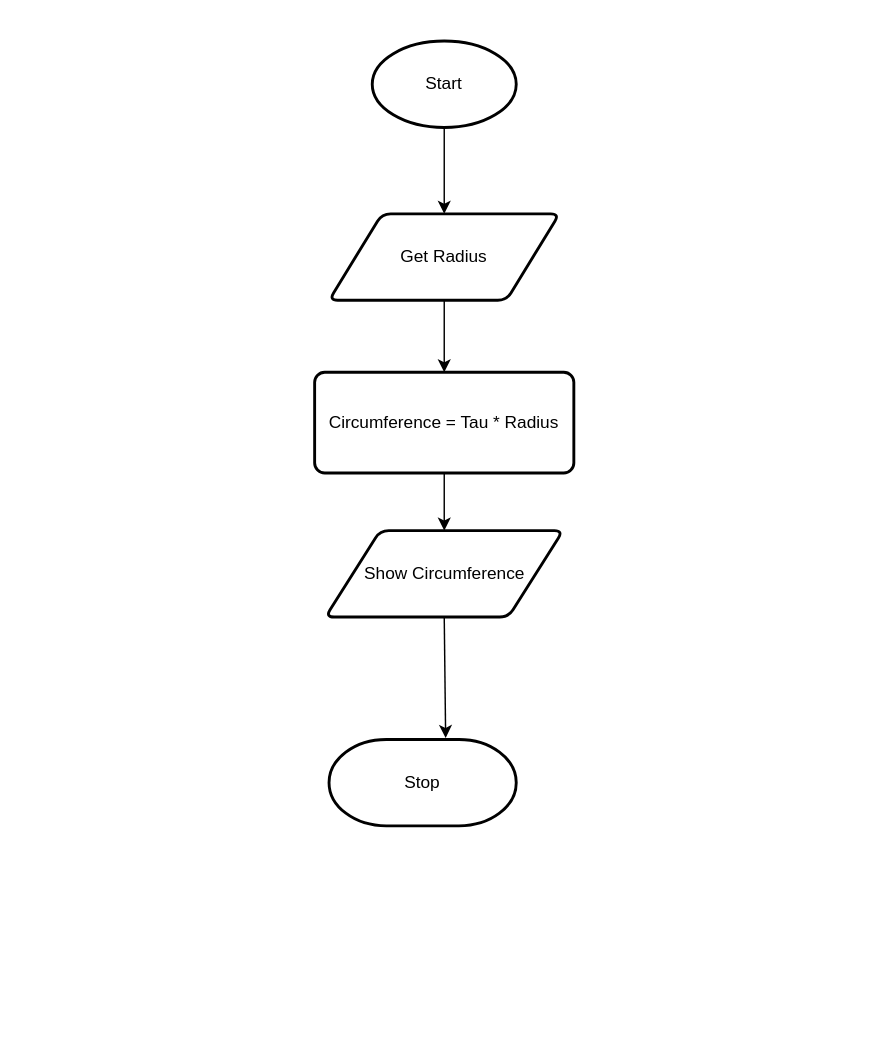
The draw.io diagram flowchart.drawio in Ethan-Prieur1/ICS3U-Unit4-02-Python, before the edit. Source tidied: cells renumbered, new cells numbered last; positions are measured from the earlier drawing's top-left corner, leaving out a move shared by most shapes. Both pictures are drawn from the tidied source at 144%, with x=0, y=0 at pixel (314, 40).
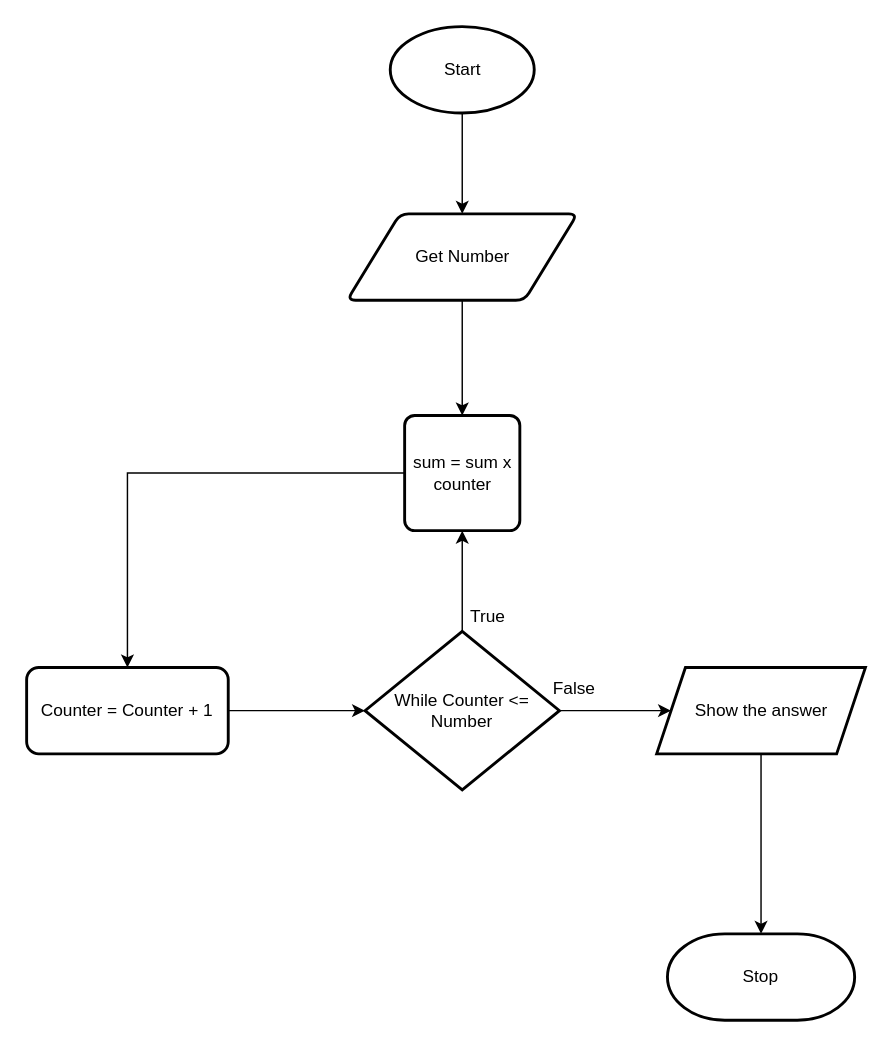
After the change.

The edit, as a diff of the source:
```diff
@@
 <mxGraphModel>
   <root>
     <mxCell id="0" />
     <mxCell id="1" parent="0" />
-    <mxCell id="2" style="edgeStyle=none;html=1;exitX=0.5;exitY=1;exitDx=0;exitDy=0;exitPerimeter=0;entryX=0.5;entryY=0;entryDx=0;entryDy=0;" parent="1" edge="1" source="3" target="5">
-      <mxGeometry relative="1" as="geometry" />
-    </mxCell>
+    <mxCell id="11" style="edgeStyle=orthogonalEdgeStyle;rounded=0;html=1;" parent="1" edge="1" source="3" target="8">
+      <mxGeometry relative="1" as="geometry" />
+    </mxCell>
     <mxCell id="3" value="Start" style="strokeWidth=2;html=1;shape=mxgraph.flowchart.start_1;whiteSpace=wrap;" parent="1" vertex="1">
-      <mxGeometry x="40" width="100" height="60" as="geometry" />
+      <mxGeometry x="52.5" y="-10" width="100" height="60" as="geometry" />
     </mxCell>
-    <mxCell id="4" style="edgeStyle=none;html=1;exitX=0.5;exitY=1;exitDx=0;exitDy=0;entryX=0.5;entryY=0;entryDx=0;entryDy=0;" parent="1" edge="1" source="5" target="7">
-      <mxGeometry relative="1" as="geometry" />
-    </mxCell>
-    <mxCell id="5" value="Get Radius" style="shape=parallelogram;html=1;strokeWidth=2;perimeter=parallelogramPerimeter;whiteSpace=wrap;rounded=1;arcSize=12;size=0.23;" parent="1" vertex="1">
-      <mxGeometry x="10" y="120" width="160" height="60" as="geometry" />
-    </mxCell>
-    <mxCell id="6" style="edgeStyle=none;html=1;exitX=0.5;exitY=1;exitDx=0;exitDy=0;entryX=0.5;entryY=0;entryDx=0;entryDy=0;" parent="1" edge="1" source="7" target="9">
-      <mxGeometry relative="1" as="geometry" />
-    </mxCell>
-    <mxCell id="7" value="Circumference = Tau * Radius" style="rounded=1;whiteSpace=wrap;html=1;absoluteArcSize=1;arcSize=14;strokeWidth=2;" parent="1" vertex="1">
-      <mxGeometry y="230" width="180" height="70" as="geometry" />
-    </mxCell>
+    <mxCell id="12" style="edgeStyle=orthogonalEdgeStyle;rounded=0;html=1;entryX=0.5;entryY=0;entryDx=0;entryDy=0;" parent="1" edge="1" source="8" target="17">
+      <mxGeometry relative="1" as="geometry" />
+    </mxCell>
-    <mxCell id="8" style="edgeStyle=none;html=1;exitX=0.5;exitY=1;exitDx=0;exitDy=0;entryX=0.623;entryY=-0.017;entryDx=0;entryDy=0;entryPerimeter=0;" parent="1" edge="1" source="9" target="10">
-      <mxGeometry relative="1" as="geometry" />
+    <mxCell id="8" value="Get Number" style="shape=parallelogram;html=1;strokeWidth=2;perimeter=parallelogramPerimeter;whiteSpace=wrap;rounded=1;arcSize=12;size=0.23;" parent="1" vertex="1">
+      <mxGeometry x="22.5" y="120" width="160" height="60" as="geometry" />
     </mxCell>
-    <mxCell id="9" value="Show Circumference" style="shape=parallelogram;html=1;strokeWidth=2;perimeter=parallelogramPerimeter;whiteSpace=wrap;rounded=1;arcSize=12;size=0.23;" parent="1" vertex="1">
-      <mxGeometry x="7.5" y="340" width="165" height="60" as="geometry" />
-    </mxCell>
+    <mxCell id="13" style="edgeStyle=orthogonalEdgeStyle;rounded=0;html=1;entryX=0;entryY=0.5;entryDx=0;entryDy=0;" parent="1" edge="1" source="15" target="21">
+      <mxGeometry relative="1" as="geometry" />
+    </mxCell>
+    <mxCell id="14" style="edgeStyle=orthogonalEdgeStyle;rounded=0;html=1;" parent="1" edge="1" source="15" target="17">
+      <mxGeometry relative="1" as="geometry" />
+    </mxCell>
+    <mxCell id="15" value="While Counter &amp;lt;= Number" style="strokeWidth=2;html=1;shape=mxgraph.flowchart.decision;whiteSpace=wrap;" parent="1" vertex="1">
+      <mxGeometry x="35" y="410" width="135" height="110" as="geometry" />
+    </mxCell>
+    <mxCell id="16" style="edgeStyle=orthogonalEdgeStyle;html=1;rounded=0;" parent="1" edge="1" source="17" target="19">
+      <mxGeometry relative="1" as="geometry" />
+    </mxCell>
+    <mxCell id="17" value="sum = sum x counter" style="rounded=1;whiteSpace=wrap;html=1;absoluteArcSize=1;arcSize=14;strokeWidth=2;" parent="1" vertex="1">
+      <mxGeometry x="62.5" y="260" width="80" height="80" as="geometry" />
+    </mxCell>
+    <mxCell id="18" style="rounded=0;html=1;exitX=1;exitY=0.5;exitDx=0;exitDy=0;entryX=0;entryY=0.5;entryDx=0;entryDy=0;entryPerimeter=0;" parent="1" edge="1" source="19" target="15">
+      <mxGeometry relative="1" as="geometry" />
+    </mxCell>
+    <mxCell id="19" value="Counter = Counter + 1" style="whiteSpace=wrap;html=1;rounded=1;arcSize=14;strokeWidth=2;" parent="1" vertex="1">
+      <mxGeometry x="-200" y="435" width="140" height="60" as="geometry" />
+    </mxCell>
+    <mxCell id="20" style="edgeStyle=orthogonalEdgeStyle;rounded=0;html=1;" parent="1" edge="1" source="21" target="10">
+      <mxGeometry relative="1" as="geometry" />
+    </mxCell>
+    <mxCell id="21" value="Show the answer" style="shape=parallelogram;perimeter=parallelogramPerimeter;whiteSpace=wrap;html=1;fixedSize=1;strokeWidth=2;" parent="1" vertex="1">
+      <mxGeometry x="237.5" y="435" width="145" height="60" as="geometry" />
+    </mxCell>
     <mxCell id="10" value="Stop" style="strokeWidth=2;html=1;shape=mxgraph.flowchart.terminator;whiteSpace=wrap;" parent="1" vertex="1">
-      <mxGeometry x="10" y="485" width="130" height="60" as="geometry" />
+      <mxGeometry x="245" y="620" width="130" height="60" as="geometry" />
     </mxCell>
+    <mxCell id="22" value="True" style="text;html=1;align=center;verticalAlign=middle;strokeColor=none;fillColor=none;" parent="1" vertex="1">
+      <mxGeometry x="100" y="390" width="40" height="20" as="geometry" />
+    </mxCell>
+    <mxCell id="23" value="False" style="text;html=1;align=center;verticalAlign=middle;strokeColor=none;fillColor=none;" parent="1" vertex="1">
+      <mxGeometry x="155" y="440" width="50" height="20" as="geometry" />
+    </mxCell>
   </root>
 </mxGraphModel>
```
